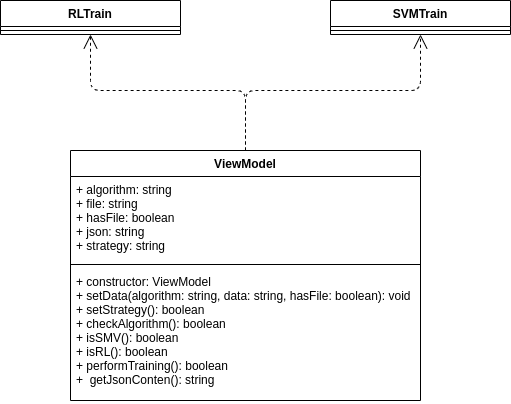
This is Diagrams/Classes_diagrams/tool_modelview.png from teamafkSWE/PredireInGrafana-docs, a draw.io export, as it was before one commit. Source tidied: cells renumbered, new cells last; positions are measured from the earlier drawing's top-left corner, leaving out a move shared by most shapes. Its diagram source:
```xml
<mxGraphModel>
  <root>
    <mxCell id="0" />
    <mxCell id="1" parent="0" />
    <mxCell id="2" style="endArrow=open;endSize=12;dashed=1;html=1;exitX=0.5;exitY=0;exitDx=0;exitDy=0;entryX=0.5;entryY=1;entryDx=0;entryDy=0;" parent="1" edge="1" source="4" target="8">
      <mxGeometry relative="1" as="geometry">
        <Array as="points">
          <mxPoint x="245" y="90" />
          <mxPoint x="90" y="90" />
        </Array>
      </mxGeometry>
    </mxCell>
    <mxCell id="3" style="endArrow=open;endSize=12;dashed=1;html=1;exitX=0.5;exitY=0;exitDx=0;exitDy=0;entryX=0.5;entryY=1;entryDx=0;entryDy=0;" parent="1" edge="1" source="4" target="10">
      <mxGeometry relative="1" as="geometry">
        <Array as="points">
          <mxPoint x="245" y="90" />
          <mxPoint x="420" y="90" />
        </Array>
      </mxGeometry>
    </mxCell>
    <mxCell id="4" value="ViewModel" style="swimlane;fontStyle=1;align=center;verticalAlign=top;horizontal=1;startSize=26;" parent="1" vertex="1">
      <mxGeometry x="70" y="150" width="350" height="250" as="geometry" />
    </mxCell>
    <mxCell id="5" value="+ algorithm: string&#10;+ file: string&#10;+ hasFile: boolean&#10;+ json: string&#10;+ strategy: string" style="text;strokeColor=none;fillColor=none;align=left;verticalAlign=top;spacingLeft=4;spacingRight=4;overflow=hidden;" parent="4" vertex="1">
      <mxGeometry y="26" width="350" height="84" as="geometry" />
    </mxCell>
    <mxCell id="6" style="line;strokeWidth=1;fillColor=none;align=left;verticalAlign=middle;spacingTop=-1;spacingLeft=3;spacingRight=3;labelPosition=right;" parent="4" vertex="1">
      <mxGeometry y="110" width="350" height="8" as="geometry" />
    </mxCell>
    <mxCell id="7" value="+ constructor: ViewModel&#10;+ setData(algorithm: string, data: string, hasFile: boolean): void &#10;+ setStrategy(): boolean&#10;+ checkAlgorithm(): boolean&#10;+ isSMV(): boolean&#10;+ isRL(): boolean&#10;+ performTraining(): boolean&#10;+  getJsonConten(): string&#10;" style="text;strokeColor=none;fillColor=none;align=left;verticalAlign=top;spacingLeft=4;spacingRight=4;overflow=hidden;" parent="4" vertex="1">
      <mxGeometry y="118" width="350" height="132" as="geometry" />
    </mxCell>
    <mxCell id="8" value="RLTrain" style="swimlane;fontStyle=1;align=center;verticalAlign=top;horizontal=1;startSize=26;" parent="1" vertex="1">
      <mxGeometry width="180" height="34" as="geometry" />
    </mxCell>
    <mxCell id="9" style="line;strokeWidth=1;fillColor=none;align=left;verticalAlign=middle;spacingTop=-1;spacingLeft=3;spacingRight=3;labelPosition=right;" parent="8" vertex="1">
      <mxGeometry y="26" width="180" height="8" as="geometry" />
    </mxCell>
    <mxCell id="10" value="SVMTrain" style="swimlane;fontStyle=1;align=center;verticalAlign=top;horizontal=1;startSize=26;" parent="1" vertex="1">
      <mxGeometry x="330" width="180" height="34" as="geometry" />
    </mxCell>
    <mxCell id="11" style="line;strokeWidth=1;fillColor=none;align=left;verticalAlign=middle;spacingTop=-1;spacingLeft=3;spacingRight=3;labelPosition=right;" parent="10" vertex="1">
      <mxGeometry y="26" width="180" height="8" as="geometry" />
    </mxCell>
  </root>
</mxGraphModel>
```
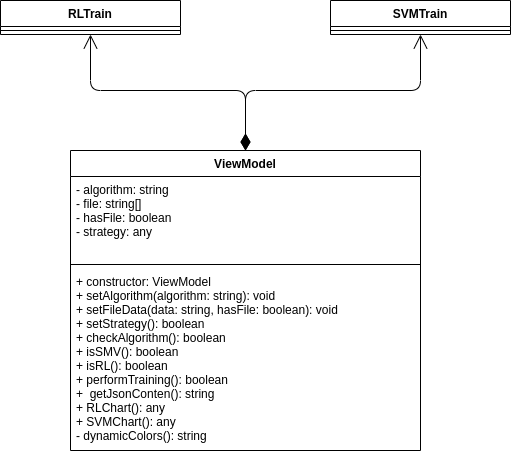
After the change.

The edit, as a diff of the source:
```diff
@@ -2,7 +2,21 @@
   <root>
     <mxCell id="0" />
     <mxCell id="1" parent="0" />
+    <mxCell id="3" style="endArrow=open;html=1;endSize=12;startArrow=diamondThin;startSize=14;startFill=1;edgeStyle=orthogonalEdgeStyle;exitX=0.5;exitY=0;exitDx=0;exitDy=0;entryX=0.5;entryY=1;entryDx=0;entryDy=0;" parent="1" edge="1" source="4" target="10">
+      <mxGeometry relative="1" as="geometry">
+        <Array as="points">
+          <mxPoint x="245" y="90" />
+          <mxPoint x="420" y="90" />
+        </Array>
+      </mxGeometry>
+    </mxCell>
+    <mxCell id="12" style="html=1;align=left;verticalAlign=top;labelBackgroundColor=#ffffff;fontSize=10;" parent="3" vertex="1">
+      <mxGeometry x="-1" relative="1" as="geometry" />
+    </mxCell>
+    <mxCell id="13" style="html=1;align=right;verticalAlign=top;labelBackgroundColor=#ffffff;fontSize=10;" parent="3" vertex="1">
+      <mxGeometry x="1" relative="1" as="geometry" />
+    </mxCell>
-    <mxCell id="2" style="endArrow=open;endSize=12;dashed=1;html=1;exitX=0.5;exitY=0;exitDx=0;exitDy=0;entryX=0.5;entryY=1;entryDx=0;entryDy=0;" parent="1" edge="1" source="4" target="8">
+    <mxCell id="2" style="endArrow=open;html=1;endSize=12;startArrow=diamondThin;startSize=14;startFill=1;edgeStyle=orthogonalEdgeStyle;entryX=0.5;entryY=1;entryDx=0;entryDy=0;exitX=0.5;exitY=0;exitDx=0;exitDy=0;" parent="1" edge="1" source="4" target="8">
       <mxGeometry relative="1" as="geometry">
         <Array as="points">
           <mxPoint x="245" y="90" />
@@ -10,25 +24,23 @@
         </Array>
       </mxGeometry>
     </mxCell>
-    <mxCell id="3" style="endArrow=open;endSize=12;dashed=1;html=1;exitX=0.5;exitY=0;exitDx=0;exitDy=0;entryX=0.5;entryY=1;entryDx=0;entryDy=0;" parent="1" edge="1" source="4" target="10">
-      <mxGeometry relative="1" as="geometry">
-        <Array as="points">
-          <mxPoint x="245" y="90" />
-          <mxPoint x="420" y="90" />
-        </Array>
-      </mxGeometry>
-    </mxCell>
+    <mxCell id="14" style="html=1;align=left;verticalAlign=top;labelBackgroundColor=#ffffff;fontSize=10;" parent="2" vertex="1">
+      <mxGeometry x="-1" relative="1" as="geometry" />
+    </mxCell>
+    <mxCell id="15" style="html=1;align=right;verticalAlign=top;labelBackgroundColor=#ffffff;fontSize=10;" parent="2" vertex="1">
+      <mxGeometry x="1" relative="1" as="geometry" />
+    </mxCell>
     <mxCell id="4" value="ViewModel" style="swimlane;fontStyle=1;align=center;verticalAlign=top;horizontal=1;startSize=26;" parent="1" vertex="1">
-      <mxGeometry x="70" y="150" width="350" height="250" as="geometry" />
+      <mxGeometry x="70" y="150" width="350" height="300" as="geometry" />
     </mxCell>
-    <mxCell id="5" value="+ algorithm: string&#10;+ file: string&#10;+ hasFile: boolean&#10;+ json: string&#10;+ strategy: string" style="text;strokeColor=none;fillColor=none;align=left;verticalAlign=top;spacingLeft=4;spacingRight=4;overflow=hidden;" parent="4" vertex="1">
+    <mxCell id="5" value="- algorithm: string&#10;- file: string[]&#10;- hasFile: boolean&#10;- strategy: any" style="text;strokeColor=none;fillColor=none;align=left;verticalAlign=top;spacingLeft=4;spacingRight=4;overflow=hidden;" parent="4" vertex="1">
       <mxGeometry y="26" width="350" height="84" as="geometry" />
     </mxCell>
     <mxCell id="6" style="line;strokeWidth=1;fillColor=none;align=left;verticalAlign=middle;spacingTop=-1;spacingLeft=3;spacingRight=3;labelPosition=right;" parent="4" vertex="1">
       <mxGeometry y="110" width="350" height="8" as="geometry" />
     </mxCell>
-    <mxCell id="7" value="+ constructor: ViewModel&#10;+ setData(algorithm: string, data: string, hasFile: boolean): void &#10;+ setStrategy(): boolean&#10;+ checkAlgorithm(): boolean&#10;+ isSMV(): boolean&#10;+ isRL(): boolean&#10;+ performTraining(): boolean&#10;+  getJsonConten(): string&#10;" style="text;strokeColor=none;fillColor=none;align=left;verticalAlign=top;spacingLeft=4;spacingRight=4;overflow=hidden;" parent="4" vertex="1">
-      <mxGeometry y="118" width="350" height="132" as="geometry" />
+    <mxCell id="7" value="+ constructor: ViewModel&#10;+ setAlgorithm(algorithm: string): void &#10;+ setFileData(data: string, hasFile: boolean): void&#10;+ setStrategy(): boolean&#10;+ checkAlgorithm(): boolean&#10;+ isSMV(): boolean&#10;+ isRL(): boolean&#10;+ performTraining(): boolean&#10;+  getJsonConten(): string&#10;+ RLChart(): any&#10;+ SVMChart(): any&#10;- dynamicColors(): string&#10;" style="text;strokeColor=none;fillColor=none;align=left;verticalAlign=top;spacingLeft=4;spacingRight=4;overflow=hidden;" parent="4" vertex="1">
+      <mxGeometry y="118" width="350" height="182" as="geometry" />
     </mxCell>
     <mxCell id="8" value="RLTrain" style="swimlane;fontStyle=1;align=center;verticalAlign=top;horizontal=1;startSize=26;" parent="1" vertex="1">
       <mxGeometry width="180" height="34" as="geometry" />
```
